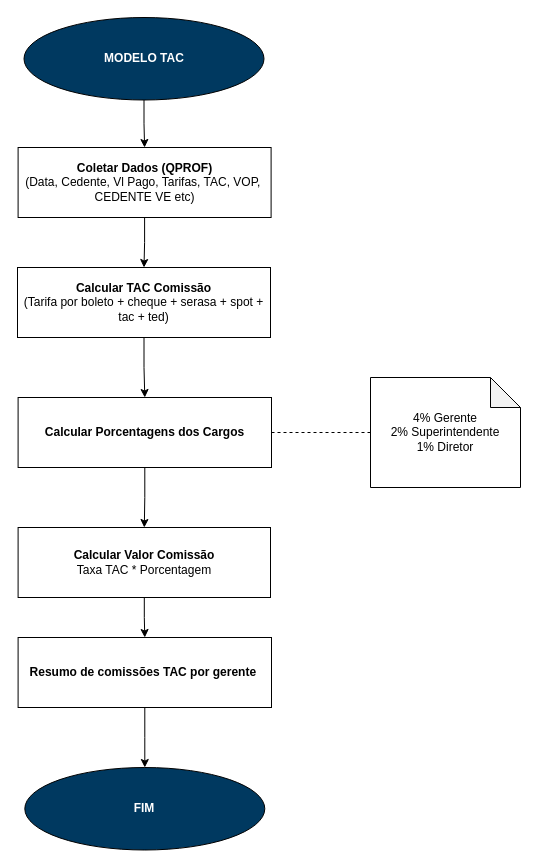
Earlier version of the draw.io diagram page "MODELO TAC" (4 of 4) of FLUXOGRAMAS.drawio (henriquelima0/exercicios-fiap). Source tidied: cells renumbered, new cells numbered last; positions are measured from the earlier drawing's top-left corner, leaving out a move shared by most shapes. Both pictures are drawn from the tidied source at 100%, with x=0, y=0 at pixel (17, 17).
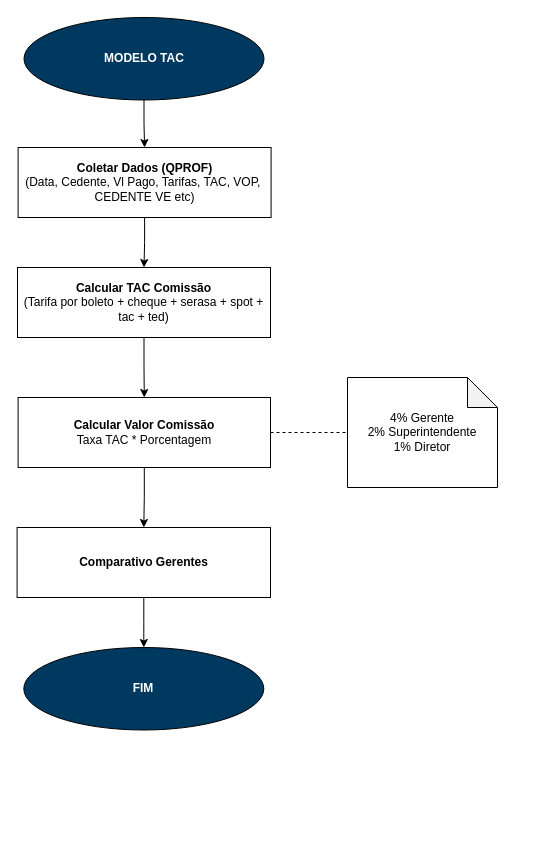
After the change.

Diff of the diagram source:
```diff
@@
 <mxGraphModel>
   <root>
     <mxCell id="0" />
     <mxCell id="1" parent="0" />
     <mxCell id="2" style="edgeStyle=orthogonalEdgeStyle;rounded=0;jettySize=auto;html=1;exitX=0.5;exitY=1;exitDx=0;exitDy=0;entryX=0.5;entryY=0;entryDx=0;entryDy=0;" parent="1" edge="1" source="3" target="5">
       <mxGeometry relative="1" as="geometry" />
     </mxCell>
     <mxCell id="3" value="&lt;b&gt;Coletar Dados (QPROF)&lt;/b&gt;&lt;br&gt;(Data, Cedente, Vl Pago, Tarifas, TAC, VOP,&amp;nbsp; CEDENTE VE etc)" style="rounded=0;whiteSpace=wrap;html=1;" parent="1" vertex="1">
       <mxGeometry x="0.6" y="130" width="253" height="70" as="geometry" />
     </mxCell>
-    <mxCell id="4" style="edgeStyle=orthogonalEdgeStyle;rounded=0;jettySize=auto;html=1;entryX=0.5;entryY=0;entryDx=0;entryDy=0;" parent="1" edge="1" source="5" target="7">
+    <mxCell id="4" style="edgeStyle=orthogonalEdgeStyle;rounded=0;jettySize=auto;html=1;entryX=0.5;entryY=0;entryDx=0;entryDy=0;" parent="1" edge="1" source="5" target="9">
       <mxGeometry relative="1" as="geometry" />
     </mxCell>
     <mxCell id="5" value="&lt;b&gt;Calcular TAC Comissão&lt;/b&gt;&lt;br&gt;(Tarifa por boleto + cheque + serasa + spot + tac + ted)" style="rounded=0;whiteSpace=wrap;html=1;" parent="1" vertex="1">
       <mxGeometry y="250" width="253" height="70" as="geometry" />
     </mxCell>
-    <mxCell id="6" style="edgeStyle=orthogonalEdgeStyle;rounded=0;jettySize=auto;html=1;exitX=0.5;exitY=1;exitDx=0;exitDy=0;" parent="1" edge="1" source="7" target="9">
-      <mxGeometry relative="1" as="geometry" />
-    </mxCell>
-    <mxCell id="7" value="&lt;b&gt;Calcular Porcentagens dos Cargos&lt;/b&gt;" style="rounded=0;whiteSpace=wrap;html=1;" parent="1" vertex="1">
-      <mxGeometry x="0.6" y="380" width="253.4" height="70" as="geometry" />
-    </mxCell>
     <mxCell id="8" style="edgeStyle=orthogonalEdgeStyle;rounded=0;jettySize=auto;html=1;exitX=0.5;exitY=1;exitDx=0;exitDy=0;entryX=0.5;entryY=0;entryDx=0;entryDy=0;" parent="1" edge="1" source="9" target="11">
       <mxGeometry relative="1" as="geometry" />
     </mxCell>
-    <mxCell id="9" value="&lt;b&gt;Calcular Valor Comissão&lt;/b&gt;&lt;br&gt;Taxa TAC * Porcentagem" style="rounded=0;whiteSpace=wrap;html=1;" parent="1" vertex="1">
-      <mxGeometry x="0.6" y="510" width="252.4" height="70" as="geometry" />
-    </mxCell>
     <mxCell id="10" style="edgeStyle=orthogonalEdgeStyle;rounded=0;jettySize=auto;html=1;exitX=0.5;exitY=1;exitDx=0;exitDy=0;entryX=0.5;entryY=0;entryDx=0;entryDy=0;" parent="1" edge="1" source="11" target="12">
       <mxGeometry relative="1" as="geometry" />
     </mxCell>
-    <mxCell id="11" value="&lt;b&gt;Resumo de comissões TAC por gerente&amp;nbsp;&lt;/b&gt;" style="rounded=0;whiteSpace=wrap;html=1;" parent="1" vertex="1">
-      <mxGeometry x="0.6" y="620" width="253.4" height="70" as="geometry" />
+    <mxCell id="11" value="&lt;b&gt;Comparativo Gerentes&lt;/b&gt;" style="rounded=0;whiteSpace=wrap;html=1;" parent="1" vertex="1">
+      <mxGeometry x="-0.4" y="510" width="253.4" height="70" as="geometry" />
     </mxCell>
     <mxCell id="12" value="&lt;b&gt;&lt;font color=&quot;#ffffff&quot;&gt;FIM&lt;/font&gt;&lt;/b&gt;" style="ellipse;whiteSpace=wrap;html=1;fillColor=#003960;" parent="1" vertex="1">
-      <mxGeometry x="7.3" y="750" width="240" height="82.5" as="geometry" />
+      <mxGeometry x="6.3" y="630" width="240" height="82.5" as="geometry" />
     </mxCell>
     <mxCell id="13" style="edgeStyle=orthogonalEdgeStyle;rounded=0;jettySize=auto;html=1;entryX=0.5;entryY=0;entryDx=0;entryDy=0;" parent="1" edge="1" source="14" target="3">
       <mxGeometry relative="1" as="geometry" />
     </mxCell>
     <mxCell id="14" value="&lt;font color=&quot;#ffffff&quot;&gt;&lt;b&gt;MODELO TAC&lt;/b&gt;&lt;/font&gt;" style="ellipse;whiteSpace=wrap;html=1;fillColor=#003960;" parent="1" vertex="1">
       <mxGeometry x="6.5" width="240" height="82.5" as="geometry" />
     </mxCell>
+    <mxCell id="17" style="group;" parent="1" vertex="1">
+      <mxGeometry x="0.6" y="360" width="479.4" height="110" as="geometry" />
+    </mxCell>
+    <mxCell id="9" value="&lt;b&gt;Calcular Valor Comissão&lt;/b&gt;&lt;br&gt;Taxa TAC * Porcentagem" style="rounded=0;whiteSpace=wrap;html=1;" parent="17" vertex="1">
+      <mxGeometry y="20" width="252.4" height="70" as="geometry" />
+    </mxCell>
-    <mxCell id="15" value="4% Gerente&lt;br&gt;2% Superintendente&lt;br&gt;1% Diretor" style="shape=note;whiteSpace=wrap;html=1;backgroundOutline=1;darkOpacity=0.05;" parent="1" vertex="1">
-      <mxGeometry x="353" y="360" width="150" height="110" as="geometry" />
+    <mxCell id="15" value="4% Gerente&lt;br&gt;2% Superintendente&lt;br&gt;1% Diretor" style="shape=note;whiteSpace=wrap;html=1;backgroundOutline=1;darkOpacity=0.05;" parent="17" vertex="1">
+      <mxGeometry x="329.4" width="150" height="110" as="geometry" />
     </mxCell>
-    <mxCell id="16" style="endArrow=none;dashed=1;html=1;rounded=0;entryX=0;entryY=0.5;entryDx=0;entryDy=0;entryPerimeter=0;exitX=1;exitY=0.5;exitDx=0;exitDy=0;" parent="1" edge="1" source="7" target="15">
+    <mxCell id="16" style="endArrow=none;dashed=1;html=1;rounded=0;entryX=0;entryY=0.5;entryDx=0;entryDy=0;entryPerimeter=0;exitX=1;exitY=0.5;exitDx=0;exitDy=0;" parent="17" edge="1" source="9" target="15">
       <mxGeometry relative="1" as="geometry" />
     </mxCell>
   </root>
 </mxGraphModel>
```
